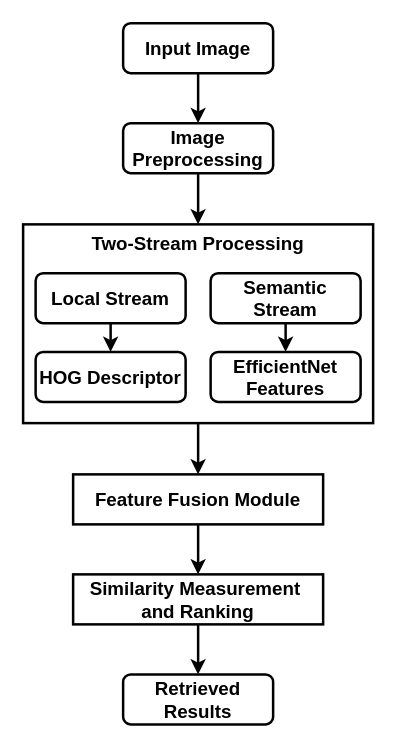
vinayak-k24/DrawIO keeps this draw.io diagram as cbir001.drawio. Above is the earlier version. Source tidied: cells renumbered, new cells numbered last; positions are measured from the earlier drawing's top-left corner, leaving out a move shared by most shapes. Both pictures are drawn from the tidied source at 125%, with x=0, y=0 at pixel (22, 22).
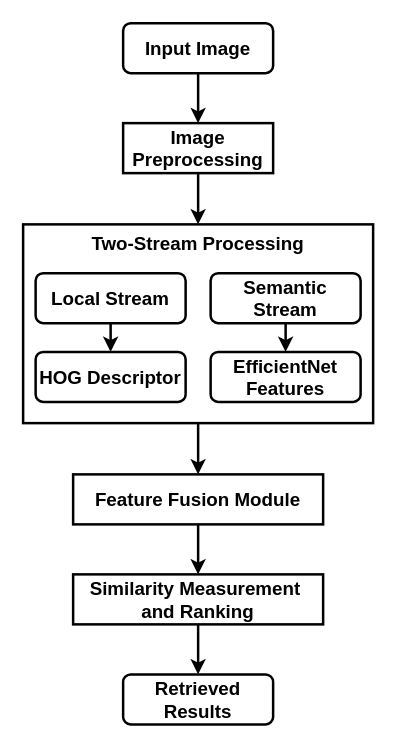
The same page after the edit.

Change to the diagram source:
```diff
@@
 <mxGraphModel>
   <root>
     <mxCell id="0" />
     <mxCell id="1" parent="0" />
     <mxCell id="2" style="edgeStyle=orthogonalEdgeStyle;rounded=0;jettySize=auto;html=1;exitX=0.5;exitY=1;exitDx=0;exitDy=0;entryX=0.5;entryY=0;entryDx=0;entryDy=0;strokeWidth=2;" parent="1" edge="1" source="3" target="16">
       <mxGeometry relative="1" as="geometry" />
     </mxCell>
     <mxCell id="3" value="&lt;span style=&quot;text-wrap-mode: nowrap;&quot;&gt;Two-Stream Processing&lt;/span&gt;" style="rounded=0;whiteSpace=wrap;html=1;verticalAlign=top;fontStyle=1;fontSize=15;strokeWidth=2;" parent="1" vertex="1">
       <mxGeometry y="161" width="280" height="159" as="geometry" />
     </mxCell>
     <mxCell id="4" style="edgeStyle=orthogonalEdgeStyle;rounded=0;jettySize=auto;html=1;exitX=0.5;exitY=1;exitDx=0;exitDy=0;entryX=0.5;entryY=0;entryDx=0;entryDy=0;strokeWidth=2;" parent="1" edge="1" source="5" target="7">
       <mxGeometry relative="1" as="geometry" />
     </mxCell>
     <mxCell id="5" value="Input Image" style="rounded=1;whiteSpace=wrap;html=1;fontStyle=1;fontSize=15;strokeWidth=2;" parent="1" vertex="1">
       <mxGeometry x="80" width="120" height="40" as="geometry" />
     </mxCell>
     <mxCell id="6" style="edgeStyle=orthogonalEdgeStyle;rounded=0;jettySize=auto;html=1;exitX=0.5;exitY=1;exitDx=0;exitDy=0;entryX=0.5;entryY=0;entryDx=0;entryDy=0;strokeWidth=2;" parent="1" edge="1" source="7" target="3">
       <mxGeometry relative="1" as="geometry" />
     </mxCell>
-    <mxCell id="7" value="Image Preprocessing" style="rounded=1;whiteSpace=wrap;html=1;fontStyle=1;fontSize=15;strokeWidth=2;" parent="1" vertex="1">
+    <mxCell id="7" value="Image Preprocessing" style="rounded=0;whiteSpace=wrap;html=1;fontStyle=1;fontSize=15;strokeWidth=2;" parent="1" vertex="1">
       <mxGeometry x="80" y="80" width="120" height="40" as="geometry" />
     </mxCell>
     <mxCell id="8" style="edgeStyle=orthogonalEdgeStyle;rounded=0;jettySize=auto;html=1;exitX=0.5;exitY=1;exitDx=0;exitDy=0;entryX=0.5;entryY=0;entryDx=0;entryDy=0;strokeWidth=2;" parent="1" edge="1" source="9" target="12">
       <mxGeometry relative="1" as="geometry" />
     </mxCell>
     <mxCell id="9" value="Local Stream" style="rounded=1;whiteSpace=wrap;html=1;fontStyle=1;fontSize=15;strokeWidth=2;" parent="1" vertex="1">
       <mxGeometry x="10" y="200" width="120" height="40" as="geometry" />
     </mxCell>
     <mxCell id="10" style="edgeStyle=orthogonalEdgeStyle;rounded=0;jettySize=auto;html=1;exitX=0.5;exitY=1;exitDx=0;exitDy=0;entryX=0.5;entryY=0;entryDx=0;entryDy=0;strokeWidth=2;" parent="1" edge="1" source="11" target="13">
       <mxGeometry relative="1" as="geometry" />
     </mxCell>
     <mxCell id="11" value="Semantic Stream" style="rounded=1;whiteSpace=wrap;html=1;fontStyle=1;fontSize=15;strokeWidth=2;" parent="1" vertex="1">
       <mxGeometry x="150" y="200" width="120" height="40" as="geometry" />
     </mxCell>
     <mxCell id="12" value="HOG Descriptor" style="rounded=1;whiteSpace=wrap;html=1;fontStyle=1;fontSize=15;strokeWidth=2;" parent="1" vertex="1">
       <mxGeometry x="10" y="263" width="120" height="40" as="geometry" />
     </mxCell>
     <mxCell id="13" value="EfficientNet Features" style="rounded=1;whiteSpace=wrap;html=1;fontStyle=1;fontSize=15;strokeWidth=2;" parent="1" vertex="1">
       <mxGeometry x="150" y="263" width="120" height="40" as="geometry" />
     </mxCell>
     <mxCell id="14" value="Retrieved Results" style="rounded=1;whiteSpace=wrap;html=1;fontStyle=1;fontSize=15;strokeWidth=2;" parent="1" vertex="1">
       <mxGeometry x="80" y="521" width="120" height="40" as="geometry" />
     </mxCell>
     <mxCell id="15" style="edgeStyle=orthogonalEdgeStyle;rounded=0;jettySize=auto;html=1;exitX=0.5;exitY=1;exitDx=0;exitDy=0;entryX=0.5;entryY=0;entryDx=0;entryDy=0;strokeWidth=2;" parent="1" edge="1" source="16" target="18">
       <mxGeometry relative="1" as="geometry" />
     </mxCell>
     <mxCell id="16" value="&lt;span style=&quot;text-wrap-mode: nowrap;&quot;&gt;Feature Fusion Module&lt;/span&gt;" style="rounded=0;whiteSpace=wrap;html=1;fontStyle=1;fontSize=15;strokeWidth=2;" parent="1" vertex="1">
       <mxGeometry x="40" y="361" width="200" height="40" as="geometry" />
     </mxCell>
     <mxCell id="17" style="edgeStyle=orthogonalEdgeStyle;rounded=0;jettySize=auto;html=1;exitX=0.5;exitY=1;exitDx=0;exitDy=0;entryX=0.5;entryY=0;entryDx=0;entryDy=0;strokeWidth=2;" parent="1" edge="1" source="18" target="14">
       <mxGeometry relative="1" as="geometry" />
     </mxCell>
     <mxCell id="18" value="&lt;span style=&quot;text-wrap-mode: nowrap;&quot;&gt;Similarity Measurement&amp;nbsp;&lt;/span&gt;&lt;div&gt;&lt;span style=&quot;text-wrap-mode: nowrap;&quot;&gt;and Ranking&lt;/span&gt;&lt;/div&gt;" style="rounded=0;whiteSpace=wrap;html=1;fontStyle=1;fontSize=15;align=center;strokeWidth=2;" parent="1" vertex="1">
       <mxGeometry x="40" y="441" width="200" height="40" as="geometry" />
     </mxCell>
   </root>
 </mxGraphModel>
```
